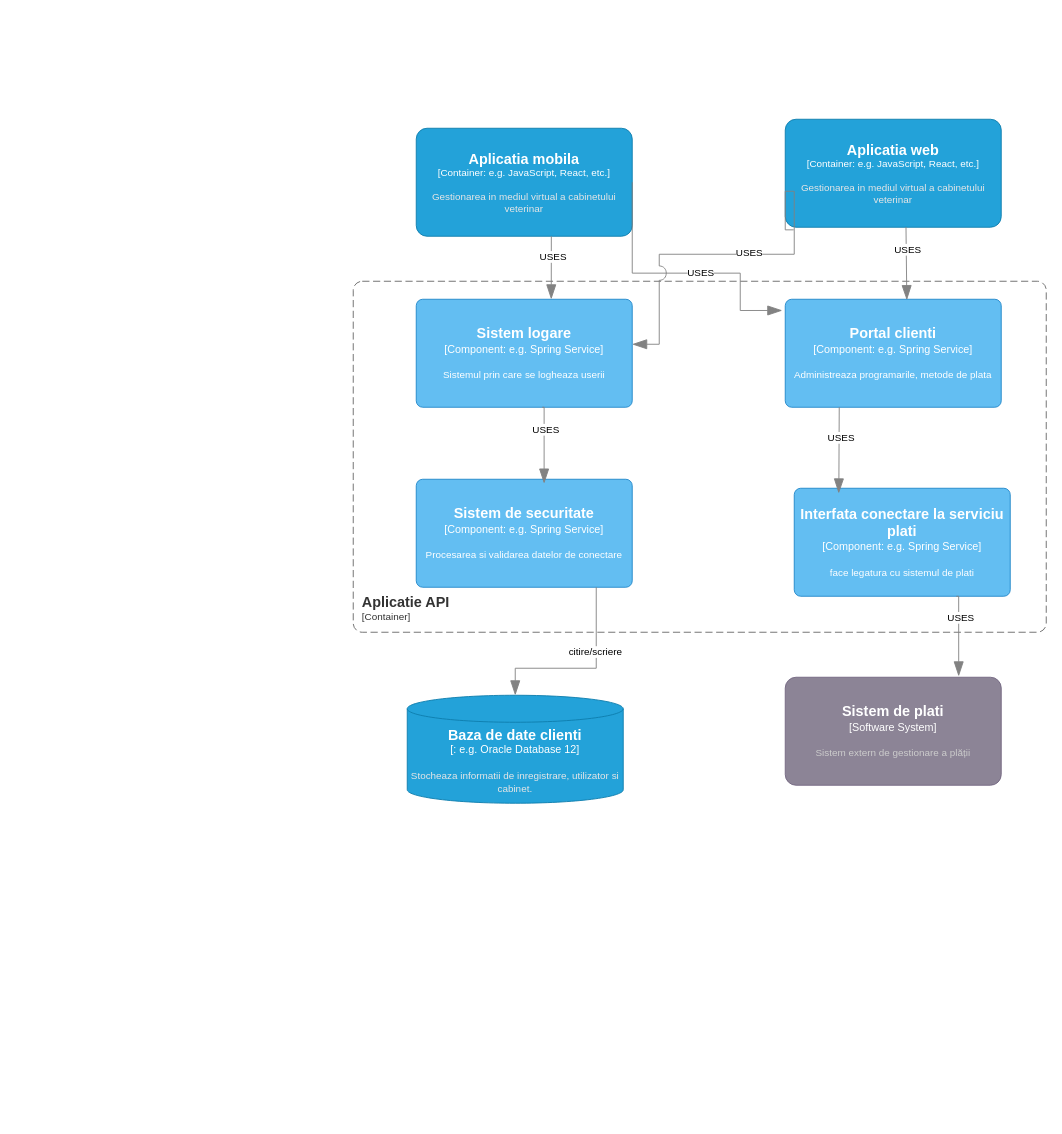
Earlier version of the draw.io diagram Component_Level/Level3-Component_Diagram.drawio (MateiTiplea/Lab4_IP). Source tidied: cells renumbered, new cells numbered last; positions are measured from the earlier drawing's top-left corner, leaving out a move shared by most shapes. Both pictures are drawn from the tidied source at 90%, with x=0, y=0 at pixel (353, 119).
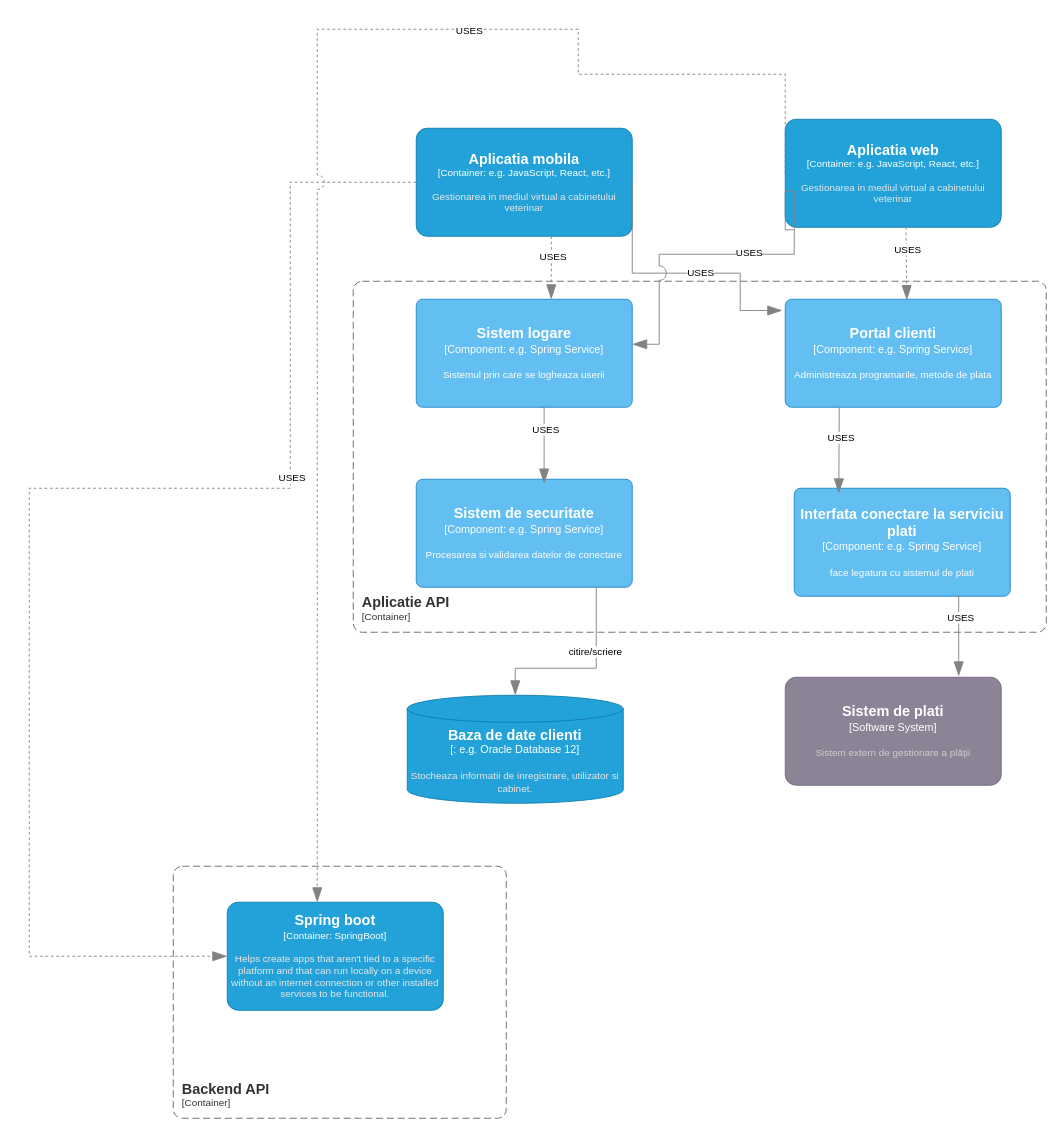
Above is the later version.

Commit message (it also covers changes not shown here):
Modified level 3 diagram

Unchanged cells that the change refers to:
```xml
<object id="4" label="&lt;font style=&quot;font-size: 16px&quot;&gt;&lt;b&gt;%c4Name%&lt;/b&gt;&lt;/font&gt;&lt;div&gt;[%c4Type%: %c4Technology%]&lt;/div&gt;&lt;br&gt;&lt;div&gt;&lt;font style=&quot;font-size: 11px&quot;&gt;&lt;font color=&quot;#E6E6E6&quot;&gt;%c4Description%&lt;/font&gt;&lt;/div&gt;" c4Description="Gestionarea in mediul virtual a cabinetului veterinar" c4Name="Aplicatia web" c4Technology="e.g. JavaScript, React, etc." c4Type="Container" placeholders="1">
  <mxCell style="rounded=1;whiteSpace=wrap;html=1;fontSize=11;labelBackgroundColor=none;fillColor=#23A2D9;fontColor=#ffffff;align=center;arcSize=10;strokeColor=#0E7DAD;points=[[0.25,0,0],[0.5,0,0],[0.75,0,0],[1,0.25,0],[1,0.5,0],[1,0.75,0],[0.75,1,0],[0.5,1,0],[0.25,1,0],[0,0.75,0],[0,0.5,0],[0,0.25,0]];" parent="1" vertex="1">
    <mxGeometry x="480" width="240" height="120" as="geometry" />
  </mxCell>
</object>
<object id="6" label="&lt;font style=&quot;font-size: 16px&quot;&gt;&lt;b&gt;%c4Name%&lt;/b&gt;&lt;/font&gt;&lt;div&gt;[%c4Type%: %c4Technology%]&lt;/div&gt;&lt;br&gt;&lt;div&gt;&lt;font style=&quot;font-size: 11px&quot;&gt;&lt;font color=&quot;#E6E6E6&quot;&gt;%c4Description%&lt;/font&gt;&lt;/div&gt;" c4Description="Gestionarea in mediul virtual a cabinetului veterinar" c4Name="Aplicatia mobila" c4Technology="e.g. JavaScript, React, etc." c4Type="Container" placeholders="1">
  <mxCell style="rounded=1;whiteSpace=wrap;html=1;fontSize=11;labelBackgroundColor=none;fillColor=#23A2D9;fontColor=#ffffff;align=center;arcSize=10;strokeColor=#0E7DAD;points=[[0.25,0,0],[0.5,0,0],[0.75,0,0],[1,0.25,0],[1,0.5,0],[1,0.75,0],[0.75,1,0],[0.5,1,0],[0.25,1,0],[0,0.75,0],[0,0.5,0],[0,0.25,0]];" parent="1" vertex="1">
    <mxGeometry x="70" y="10" width="240" height="120" as="geometry" />
  </mxCell>
</object>
<object id="7" label="&lt;font style=&quot;font-size: 16px&quot;&gt;&lt;b&gt;%c4Name%&lt;/b&gt;&lt;/font&gt;&lt;div&gt;[%c4Type%: %c4Technology%]&lt;/div&gt;&lt;br&gt;&lt;div&gt;&lt;font style=&quot;font-size: 11px&quot;&gt;%c4Description%&lt;/font&gt;&lt;/div&gt;" c4Description="Administreaza programarile, metode de plata" c4Name="Portal clienti" c4Technology="e.g. Spring Service" c4Type="Component" placeholders="1">
  <mxCell style="rounded=1;whiteSpace=wrap;html=1;labelBackgroundColor=none;fillColor=#63BEF2;fontColor=#ffffff;align=center;arcSize=6;strokeColor=#2086C9;points=[[0.25,0,0],[0.5,0,0],[0.75,0,0],[1,0.25,0],[1,0.5,0],[1,0.75,0],[0.75,1,0],[0.5,1,0],[0.25,1,0],[0,0.75,0],[0,0.5,0],[0,0.25,0]];" parent="1" vertex="1">
    <mxGeometry x="480" y="200" width="240" height="120" as="geometry" />
  </mxCell>
</object>
```

Change to the diagram source:
```diff
@@
-    <mxCell id="19" style="endArrow=blockThin;html=1;fontSize=10;fontColor=#404040;strokeWidth=1;endFill=1;strokeColor=#828282;elbow=vertical;endSize=14;startSize=14;jumpStyle=arc;jumpSize=16;rounded=0;edgeStyle=orthogonalEdgeStyle;" parent="1" edge="1">
+    <mxCell id="19" style="endArrow=blockThin;html=1;fontSize=10;fontColor=#404040;strokeWidth=1;endFill=1;strokeColor=#828282;elbow=vertical;endSize=14;startSize=14;jumpStyle=arc;jumpSize=16;rounded=0;edgeStyle=orthogonalEdgeStyle;dashed=1;" parent="1" edge="1">
       <mxGeometry relative="1" as="geometry">
         <mxPoint x="220.1" y="130" as="sourcePoint" />
         <mxPoint x="220" y="200" as="targetPoint" />
         <Array as="points">
           <mxPoint x="220" y="140" />
           <mxPoint x="220" y="140" />
         </Array>
       </mxGeometry>
     </mxCell>
@@
-    <mxCell id="21" style="endArrow=blockThin;html=1;fontSize=10;fontColor=#404040;strokeWidth=1;endFill=1;strokeColor=#828282;elbow=vertical;endSize=14;startSize=14;jumpStyle=arc;jumpSize=16;rounded=0;edgeStyle=orthogonalEdgeStyle;exitX=0.559;exitY=0.998;exitDx=0;exitDy=0;exitPerimeter=0;entryX=0.563;entryY=0.007;entryDx=0;entryDy=0;entryPerimeter=0;" parent="1" edge="1" source="4" target="7">
+    <mxCell id="21" style="endArrow=blockThin;html=1;fontSize=10;fontColor=#404040;strokeWidth=1;endFill=1;strokeColor=#828282;elbow=vertical;endSize=14;startSize=14;jumpStyle=arc;jumpSize=16;rounded=0;edgeStyle=orthogonalEdgeStyle;exitX=0.559;exitY=0.998;exitDx=0;exitDy=0;exitPerimeter=0;entryX=0.563;entryY=0.007;entryDx=0;entryDy=0;entryPerimeter=0;dashed=1;" parent="1" edge="1" source="4" target="7">
       <mxGeometry relative="1" as="geometry">
         <Array as="points">
           <mxPoint x="614" y="140" />
         </Array>
       </mxGeometry>
     </mxCell>
@@
+    <object id="27" label="&lt;font style=&quot;font-size: 16px&quot;&gt;&lt;b&gt;&lt;div style=&quot;text-align: left&quot;&gt;%c4Name%&lt;/div&gt;&lt;/b&gt;&lt;/font&gt;&lt;div style=&quot;text-align: left&quot;&gt;[%c4Application%]&lt;/div&gt;" c4Application="Container" c4Name="Backend API" placeholders="1">
+      <mxCell style="rounded=1;fontSize=11;whiteSpace=wrap;html=1;dashed=1;arcSize=20;fillColor=none;strokeColor=#666666;fontColor=#333333;labelBackgroundColor=none;align=left;verticalAlign=bottom;labelBorderColor=none;spacingTop=0;spacing=10;dashPattern=8 4;perimeter=rectanglePerimeter;noLabel=0;labelPadding=0;absoluteArcSize=1;" parent="1" vertex="1">
+        <mxGeometry x="-200" y="830" width="370" height="280" as="geometry" />
+      </mxCell>
+    </object>
+    <object id="28" label="&lt;font style=&quot;font-size: 16px&quot;&gt;&lt;b&gt;%c4Name%&lt;/b&gt;&lt;/font&gt;&lt;div&gt;[%c4Type%: %c4Technology%]&lt;/div&gt;&lt;br&gt;&lt;div&gt;&lt;font style=&quot;font-size: 11px&quot;&gt;&lt;font color=&quot;#E6E6E6&quot;&gt;%c4Description%&lt;/font&gt;&lt;/div&gt;" c4Description="Helps create apps that aren't tied to a specific platform and that can run locally on a device without an internet connection or other installed services to be functional." c4Name="Spring boot" c4Technology="SpringBoot" c4Type="Container" placeholders="1">
+      <mxCell style="rounded=1;whiteSpace=wrap;html=1;fontSize=11;labelBackgroundColor=none;fillColor=#23A2D9;fontColor=#ffffff;align=center;arcSize=10;strokeColor=#0E7DAD;points=[[0.25,0,0],[0.5,0,0],[0.75,0,0],[1,0.25,0],[1,0.5,0],[1,0.75,0],[0.75,1,0],[0.5,1,0],[0.25,1,0],[0,0.75,0],[0,0.5,0],[0,0.25,0]];" parent="1" vertex="1">
+        <mxGeometry x="-140" y="870" width="240" height="120" as="geometry" />
+      </mxCell>
+    </object>
+    <mxCell id="29" style="endArrow=blockThin;html=1;fontSize=10;fontColor=#404040;strokeWidth=1;endFill=1;strokeColor=#828282;elbow=vertical;endSize=14;startSize=14;jumpStyle=arc;jumpSize=16;rounded=0;edgeStyle=orthogonalEdgeStyle;dashed=1;exitX=0;exitY=0.5;exitDx=0;exitDy=0;exitPerimeter=0;entryX=0;entryY=0.5;entryDx=0;entryDy=0;entryPerimeter=0;" parent="1" edge="1" source="6" target="28">
+      <mxGeometry relative="1" as="geometry">
+        <Array as="points">
+          <mxPoint x="-70" y="70" />
+          <mxPoint x="-70" y="410" />
+          <mxPoint x="-360" y="410" />
+          <mxPoint x="-360" y="930" />
+        </Array>
+      </mxGeometry>
+    </mxCell>
+    <mxCell id="30" value="USES" style="edgeLabel;html=1;align=center;verticalAlign=middle;" parent="29" vertex="1">
+      <mxGeometry x="-0.38" y="1" relative="1" as="geometry" />
+    </mxCell>
+    <mxCell id="31" style="endArrow=blockThin;html=1;fontSize=10;fontColor=#404040;strokeWidth=1;endFill=1;strokeColor=#828282;elbow=vertical;endSize=14;startSize=14;jumpStyle=arc;jumpSize=16;rounded=0;edgeStyle=orthogonalEdgeStyle;dashed=1;exitX=0;exitY=0.5;exitDx=0;exitDy=0;exitPerimeter=0;" parent="1" edge="1" source="4">
+      <mxGeometry relative="1" as="geometry">
+        <mxPoint x="-40" y="870" as="targetPoint" />
+        <Array as="points">
+          <mxPoint x="480" y="-50" />
+          <mxPoint x="250" y="-50" />
+          <mxPoint x="250" y="-100" />
+        </Array>
+      </mxGeometry>
+    </mxCell>
+    <mxCell id="32" value="USES" style="edgeLabel;html=1;align=center;verticalAlign=middle;" parent="31" vertex="1">
+      <mxGeometry x="-0.38" y="1" relative="1" as="geometry" />
+    </mxCell>
```
